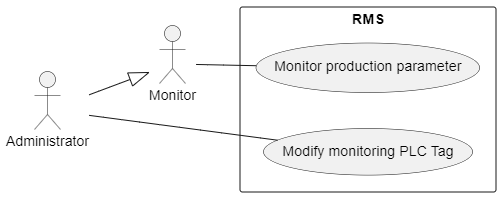
This is Report7/SRS/FunctionalRequirement/Monitoring/use-case.png from f-pms/Document, a PlantUML export, as it was before one commit. Its source is kept beside it as Report7/SRS/FunctionalRequirement/Monitoring/use-case.wsd.
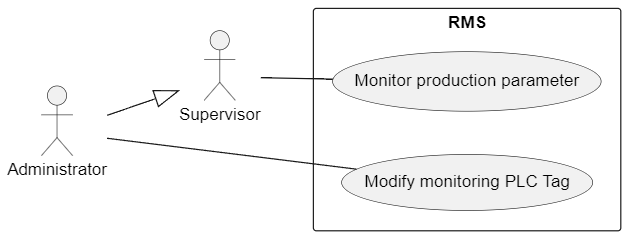
Later version of the same file.

Commit message:
ativty and use case

Change to the diagram source:
```diff
@@ -1,6 +1,6 @@
 @startuml
 left to right direction
-actor "Monitor" as m
+actor "Supervisor" as m
 actor "Administrator" as a
 
 rectangle RMS {
```
